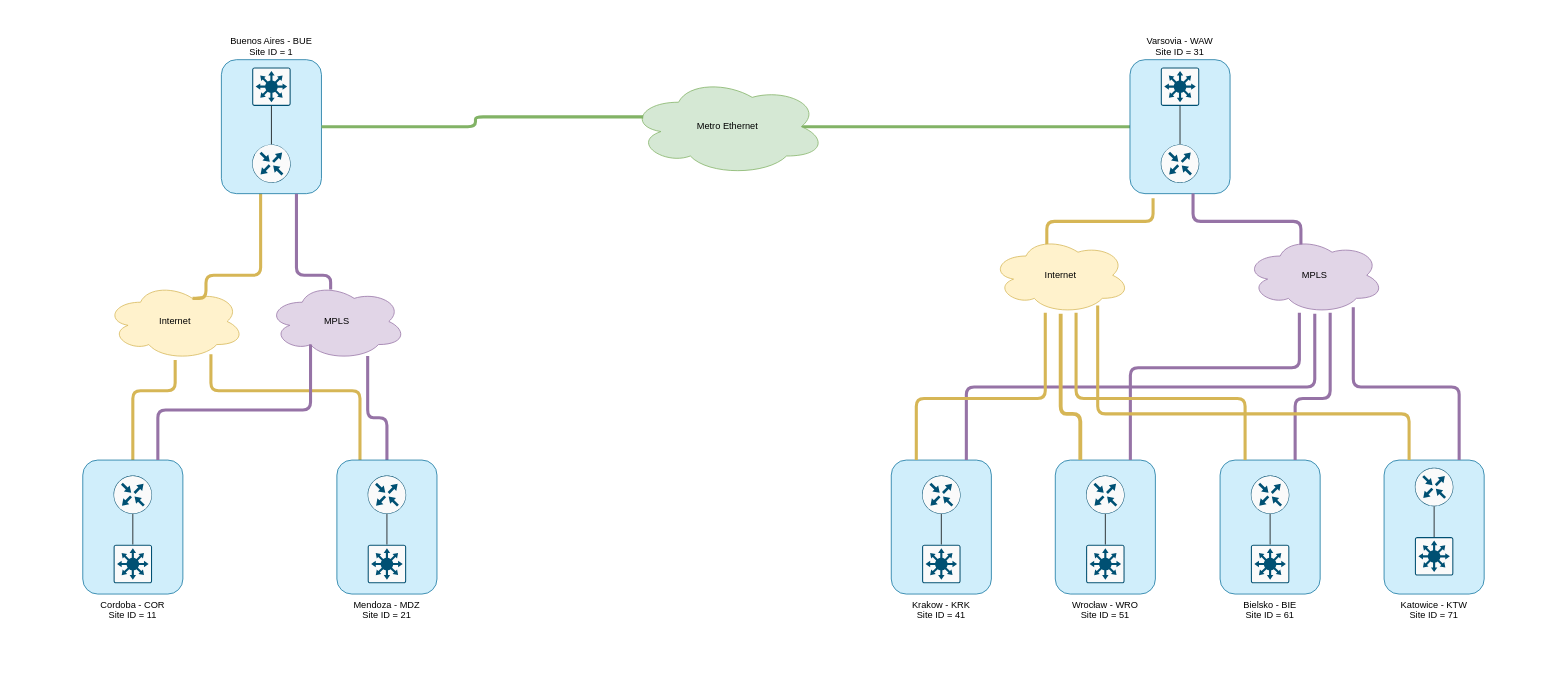
The draw.io diagram sdwan/lab-1/sdwan1.drawio in guidodg86/networking-labs, before the edit. Source tidied: cells renumbered, new cells numbered last; positions are measured from the earlier drawing's top-left corner, leaving out a move shared by most shapes. Both pictures are drawn from the tidied source at 77%, with x=0, y=0 at pixel (82, 59).
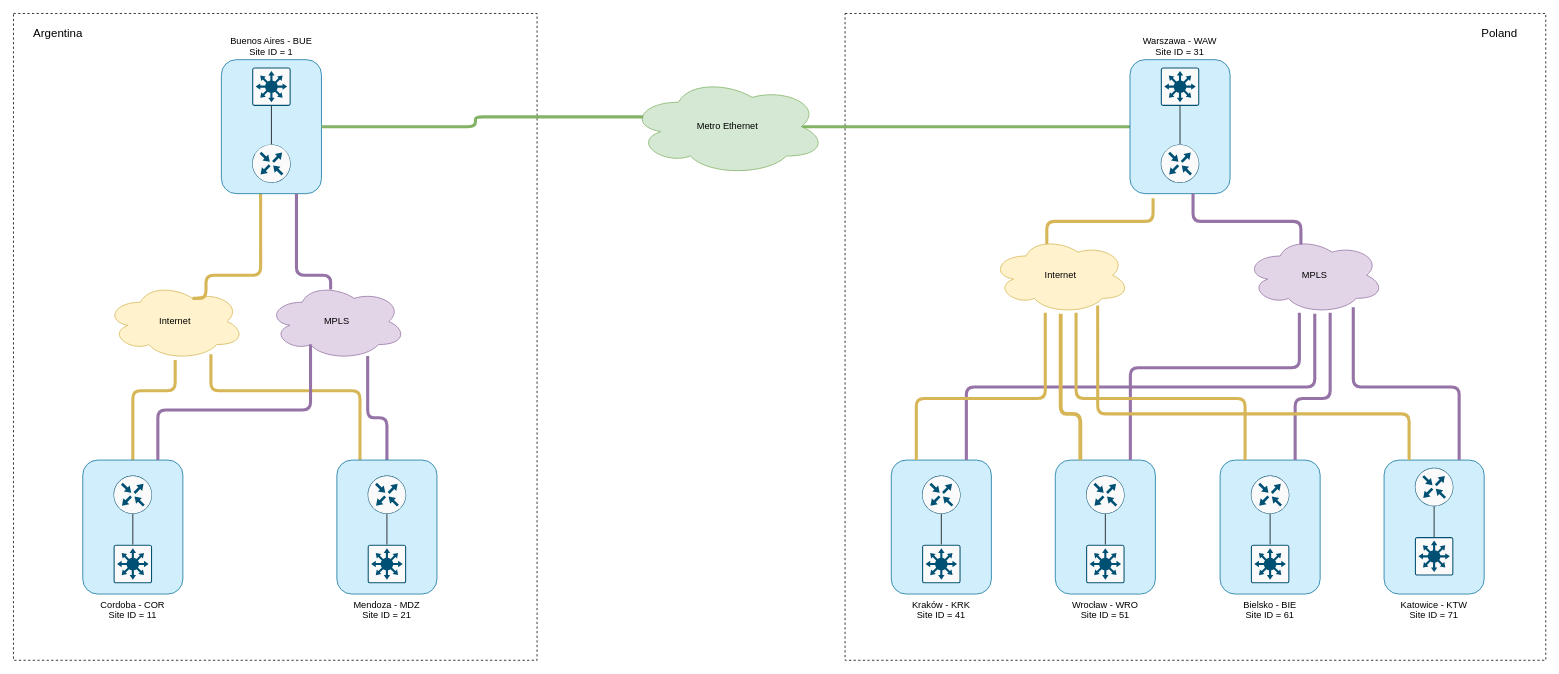
The same page after the edit.

The change refers to these unchanged cells:
```xml
<mxCell id="26" style="group;" parent="1" vertex="1">
  <mxGeometry x="1360" width="130" height="174" as="geometry" />
</mxCell>
<mxCell id="31" style="group;" parent="1" vertex="1">
  <mxGeometry x="1050" y="520" width="130" height="174" as="geometry" />
</mxCell>
```

Diff of the diagram source:
```diff
@@
+    <mxCell id="66" style="rounded=0;whiteSpace=wrap;html=1;fillColor=none;dashed=1;" parent="1" vertex="1">
+      <mxGeometry x="-90" y="-60" width="680" height="840" as="geometry" />
+    </mxCell>
+    <mxCell id="67" style="rounded=0;whiteSpace=wrap;html=1;dashed=1;labelPosition=right;verticalLabelPosition=top;align=left;verticalAlign=bottom;fillColor=none;" parent="1" vertex="1">
+      <mxGeometry x="990" y="-60" width="910" height="840" as="geometry" />
+    </mxCell>
@@
-    <mxCell id="27" value="Varsovia - WAW&lt;div&gt;Site ID = 31&lt;/div&gt;" style="rounded=1;whiteSpace=wrap;html=1;fillColor=light-dark(#d0eefb, #173d4d);strokeColor=#10739e;labelPosition=center;verticalLabelPosition=top;align=center;verticalAlign=bottom;" parent="26" vertex="1">
+    <mxCell id="27" value="Warszawa - WAW&lt;div&gt;Site ID = 31&lt;/div&gt;" style="rounded=1;whiteSpace=wrap;html=1;fillColor=light-dark(#d0eefb, #173d4d);strokeColor=#10739e;labelPosition=center;verticalLabelPosition=top;align=center;verticalAlign=bottom;" parent="26" vertex="1">
       <mxGeometry width="130" height="174" as="geometry" />
     </mxCell>
@@
-    <mxCell id="32" value="Krakow - KRK&lt;div&gt;Site ID = 41&lt;/div&gt;" style="rounded=1;whiteSpace=wrap;html=1;fillColor=light-dark(#d0eefb, #173d4d);strokeColor=#10739e;labelPosition=center;verticalLabelPosition=bottom;align=center;verticalAlign=top;" parent="31" vertex="1">
+    <mxCell id="32" value="Kraków - KRK&lt;div&gt;Site ID = 41&lt;/div&gt;" style="rounded=1;whiteSpace=wrap;html=1;fillColor=light-dark(#d0eefb, #173d4d);strokeColor=#10739e;labelPosition=center;verticalLabelPosition=bottom;align=center;verticalAlign=top;" parent="31" vertex="1">
       <mxGeometry width="130" height="174" as="geometry" />
     </mxCell>
@@
+    <mxCell id="68" value="&lt;font style=&quot;font-size: 15px;&quot;&gt;Poland&lt;/font&gt;" style="text;html=1;whiteSpace=wrap;strokeColor=none;fillColor=none;align=center;verticalAlign=middle;rounded=0;" parent="1" vertex="1">
+      <mxGeometry x="1810" y="-50" width="60" height="30" as="geometry" />
+    </mxCell>
+    <mxCell id="69" value="&lt;font style=&quot;font-size: 15px;&quot;&gt;Argentina&lt;/font&gt;" style="text;html=1;whiteSpace=wrap;strokeColor=none;fillColor=none;align=center;verticalAlign=middle;rounded=0;" parent="1" vertex="1">
+      <mxGeometry x="-62" y="-50" width="60" height="30" as="geometry" />
+    </mxCell>
```
